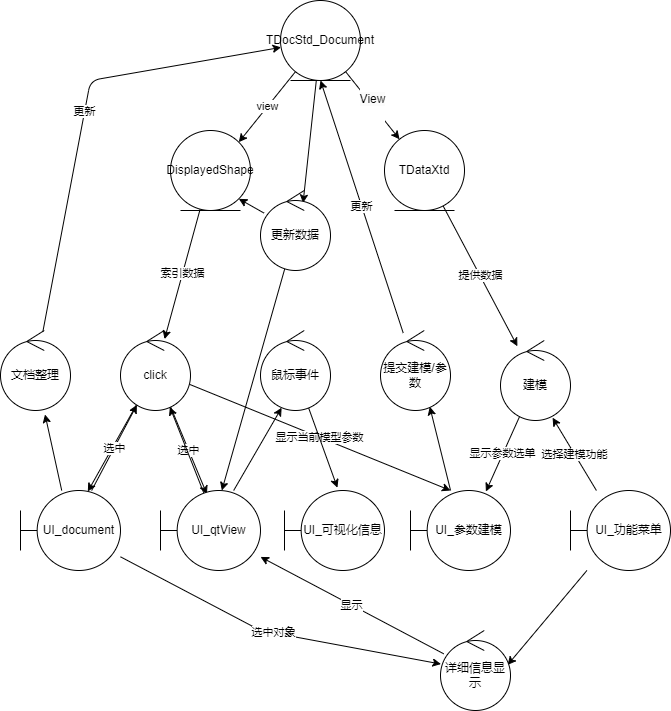
nochat1205/RedPanda keeps this draw.io diagram as doc/modules.png. Above is the earlier version. Source tidied: cells renumbered, new cells last; positions are measured from the earlier drawing's top-left corner, leaving out a move shared by most shapes. The source it was exported from:
```xml
<mxGraphModel>
  <root>
    <mxCell id="0" />
    <mxCell id="1" parent="0" />
    <mxCell id="2" value="view" style="edgeStyle=none;html=1;entryX=1;entryY=0;entryDx=0;entryDy=0;" parent="1" edge="1" source="5" target="7">
      <mxGeometry relative="1" as="geometry" />
    </mxCell>
    <mxCell id="3" value="&#10;&lt;span style=&quot;color: rgb(0, 0, 0); font-family: Helvetica; font-size: 12px; font-style: normal; font-variant-ligatures: normal; font-variant-caps: normal; font-weight: 400; letter-spacing: normal; orphans: 2; text-align: center; text-indent: 0px; text-transform: none; widows: 2; word-spacing: 0px; -webkit-text-stroke-width: 0px; background-color: rgb(251, 251, 251); text-decoration-thickness: initial; text-decoration-style: initial; text-decoration-color: initial; float: none; display: inline !important;&quot;&gt;View&lt;/span&gt;&#10;&#10;" style="edgeStyle=none;html=1;" parent="1" edge="1" source="5" target="9">
      <mxGeometry relative="1" as="geometry" />
    </mxCell>
    <mxCell id="4" style="edgeStyle=none;html=1;entryX=0.608;entryY=0.156;entryDx=0;entryDy=0;entryPerimeter=0;" parent="1" edge="1" source="5" target="35">
      <mxGeometry relative="1" as="geometry" />
    </mxCell>
    <mxCell id="5" value="TDocStd_Document" style="ellipse;shape=umlEntity;whiteSpace=wrap;html=1;" parent="1" vertex="1">
      <mxGeometry x="280" width="80" height="80" as="geometry" />
    </mxCell>
    <mxCell id="6" value="索引数据" style="edgeStyle=none;html=1;entryX=0.629;entryY=0.108;entryDx=0;entryDy=0;entryPerimeter=0;" parent="1" edge="1" source="7" target="13">
      <mxGeometry relative="1" as="geometry" />
    </mxCell>
    <mxCell id="7" value="DisplayedShape" style="ellipse;shape=umlEntity;whiteSpace=wrap;html=1;" parent="1" vertex="1">
      <mxGeometry x="170" y="130" width="80" height="80" as="geometry" />
    </mxCell>
    <mxCell id="8" value="提供数据" style="edgeStyle=none;html=1;" parent="1" edge="1" source="9" target="30">
      <mxGeometry relative="1" as="geometry" />
    </mxCell>
    <mxCell id="9" value="TDataXtd" style="ellipse;shape=umlEntity;whiteSpace=wrap;html=1;" parent="1" vertex="1">
      <mxGeometry x="384" y="130" width="80" height="80" as="geometry" />
    </mxCell>
    <mxCell id="10" value="选中" style="edgeStyle=none;html=1;entryX=0.464;entryY=0.046;entryDx=0;entryDy=0;entryPerimeter=0;" parent="1" edge="1" source="13" target="20">
      <mxGeometry relative="1" as="geometry" />
    </mxCell>
    <mxCell id="11" style="edgeStyle=none;html=1;entryX=0.673;entryY=0.013;entryDx=0;entryDy=0;entryPerimeter=0;" parent="1" edge="1" source="13" target="17">
      <mxGeometry relative="1" as="geometry" />
    </mxCell>
    <mxCell id="12" value="显示当前模型参数" style="edgeStyle=none;html=1;" parent="1" edge="1" source="13">
      <mxGeometry relative="1" as="geometry">
        <mxPoint x="450" y="490" as="targetPoint" />
      </mxGeometry>
    </mxCell>
    <mxCell id="13" value="click" style="ellipse;shape=umlControl;whiteSpace=wrap;html=1;" parent="1" vertex="1">
      <mxGeometry x="120" y="330" width="70" height="80" as="geometry" />
    </mxCell>
    <mxCell id="14" value="选中" style="edgeStyle=none;html=1;entryX=0.234;entryY=0.93;entryDx=0;entryDy=0;entryPerimeter=0;" parent="1" edge="1" source="17" target="13">
      <mxGeometry relative="1" as="geometry" />
    </mxCell>
    <mxCell id="15" style="edgeStyle=none;html=1;entryX=0.636;entryY=1.049;entryDx=0;entryDy=0;entryPerimeter=0;" parent="1" edge="1" source="17" target="37">
      <mxGeometry relative="1" as="geometry" />
    </mxCell>
    <mxCell id="16" value="选中对象" style="edgeStyle=none;html=1;" parent="1" edge="1" source="17" target="39">
      <mxGeometry relative="1" as="geometry">
        <Array as="points">
          <mxPoint x="260" y="630" />
        </Array>
      </mxGeometry>
    </mxCell>
    <mxCell id="17" value="UI_document" style="shape=umlBoundary;whiteSpace=wrap;html=1;" parent="1" vertex="1">
      <mxGeometry x="20" y="490" width="100" height="80" as="geometry" />
    </mxCell>
    <mxCell id="18" style="edgeStyle=none;html=1;exitX=0.435;exitY=0.037;exitDx=0;exitDy=0;exitPerimeter=0;" parent="1" edge="1" source="20" target="13">
      <mxGeometry relative="1" as="geometry" />
    </mxCell>
    <mxCell id="19" style="edgeStyle=none;html=1;entryX=0.302;entryY=0.965;entryDx=0;entryDy=0;entryPerimeter=0;" parent="1" edge="1" source="20" target="23">
      <mxGeometry relative="1" as="geometry" />
    </mxCell>
    <mxCell id="20" value="UI_qtView" style="shape=umlBoundary;whiteSpace=wrap;html=1;" parent="1" vertex="1">
      <mxGeometry x="160" y="490" width="100" height="80" as="geometry" />
    </mxCell>
    <mxCell id="21" value="UI_可视化信息" style="shape=umlBoundary;whiteSpace=wrap;html=1;" parent="1" vertex="1">
      <mxGeometry x="284" y="490" width="100" height="80" as="geometry" />
    </mxCell>
    <mxCell id="22" style="edgeStyle=none;html=1;entryX=0.529;entryY=-0.035;entryDx=0;entryDy=0;entryPerimeter=0;" parent="1" edge="1" source="23" target="21">
      <mxGeometry relative="1" as="geometry" />
    </mxCell>
    <mxCell id="23" value="鼠标事件" style="ellipse;shape=umlControl;whiteSpace=wrap;html=1;" parent="1" vertex="1">
      <mxGeometry x="260" y="330" width="70" height="80" as="geometry" />
    </mxCell>
    <mxCell id="24" style="edgeStyle=none;html=1;entryX=0.704;entryY=0.953;entryDx=0;entryDy=0;entryPerimeter=0;" parent="1" edge="1" source="25" target="32">
      <mxGeometry relative="1" as="geometry" />
    </mxCell>
    <mxCell id="25" value="UI_参数建模" style="shape=umlBoundary;whiteSpace=wrap;html=1;" parent="1" vertex="1">
      <mxGeometry x="410" y="490" width="100" height="80" as="geometry" />
    </mxCell>
    <mxCell id="26" value="选择建模功能" style="edgeStyle=none;html=1;entryX=0.744;entryY=0.965;entryDx=0;entryDy=0;entryPerimeter=0;" parent="1" edge="1" source="28" target="30">
      <mxGeometry relative="1" as="geometry" />
    </mxCell>
    <mxCell id="27" style="edgeStyle=none;html=1;entryX=0.959;entryY=0.43;entryDx=0;entryDy=0;entryPerimeter=0;" parent="1" edge="1" source="28" target="39">
      <mxGeometry relative="1" as="geometry" />
    </mxCell>
    <mxCell id="28" value="UI_功能菜单" style="shape=umlBoundary;whiteSpace=wrap;html=1;" parent="1" vertex="1">
      <mxGeometry x="570" y="490" width="100" height="80" as="geometry" />
    </mxCell>
    <mxCell id="29" value="显示参数选单" style="edgeStyle=none;html=1;entryX=0.754;entryY=0.013;entryDx=0;entryDy=0;entryPerimeter=0;" parent="1" edge="1" source="30" target="25">
      <mxGeometry relative="1" as="geometry" />
    </mxCell>
    <mxCell id="30" value="建模" style="ellipse;shape=umlControl;whiteSpace=wrap;html=1;" parent="1" vertex="1">
      <mxGeometry x="500" y="340" width="70" height="80" as="geometry" />
    </mxCell>
    <mxCell id="31" value="更新" style="edgeStyle=none;html=1;entryX=0.5;entryY=1;entryDx=0;entryDy=0;" parent="1" edge="1" source="32" target="5">
      <mxGeometry relative="1" as="geometry" />
    </mxCell>
    <mxCell id="32" value="提交建模/参数" style="ellipse;shape=umlControl;whiteSpace=wrap;html=1;" parent="1" vertex="1">
      <mxGeometry x="380" y="330" width="70" height="80" as="geometry" />
    </mxCell>
    <mxCell id="33" style="edgeStyle=none;html=1;entryX=1;entryY=1;entryDx=0;entryDy=0;" parent="1" edge="1" source="35" target="7">
      <mxGeometry relative="1" as="geometry" />
    </mxCell>
    <mxCell id="34" style="edgeStyle=none;html=1;" parent="1" edge="1" source="35" target="20">
      <mxGeometry relative="1" as="geometry" />
    </mxCell>
    <mxCell id="35" value="更新数据" style="ellipse;shape=umlControl;whiteSpace=wrap;html=1;" parent="1" vertex="1">
      <mxGeometry x="260" y="190" width="70" height="80" as="geometry" />
    </mxCell>
    <mxCell id="36" value="更新" style="edgeStyle=none;html=1;" parent="1" edge="1" source="37" target="5">
      <mxGeometry relative="1" as="geometry">
        <Array as="points">
          <mxPoint x="90" y="80" />
        </Array>
      </mxGeometry>
    </mxCell>
    <mxCell id="37" value="文档整理" style="ellipse;shape=umlControl;whiteSpace=wrap;html=1;" parent="1" vertex="1">
      <mxGeometry y="330" width="70" height="80" as="geometry" />
    </mxCell>
    <mxCell id="38" value="显示" style="edgeStyle=none;html=1;" parent="1" edge="1" source="39" target="20">
      <mxGeometry relative="1" as="geometry" />
    </mxCell>
    <mxCell id="39" value="详细信息显示" style="ellipse;shape=umlControl;whiteSpace=wrap;html=1;" parent="1" vertex="1">
      <mxGeometry x="440" y="630" width="70" height="80" as="geometry" />
    </mxCell>
  </root>
</mxGraphModel>
```
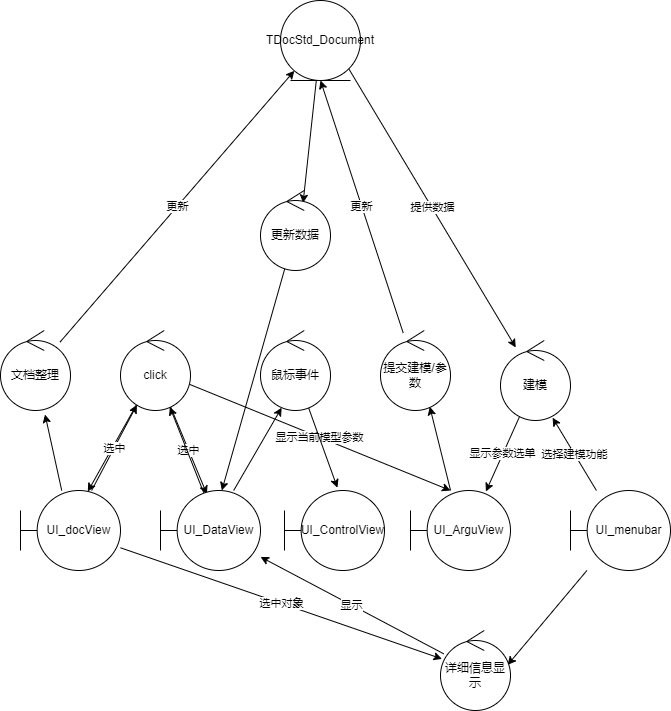
After the change.

What changed in the source:
```diff
@@ -2,30 +2,15 @@
   <root>
     <mxCell id="0" />
     <mxCell id="1" parent="0" />
-    <mxCell id="2" value="view" style="edgeStyle=none;html=1;entryX=1;entryY=0;entryDx=0;entryDy=0;" parent="1" edge="1" source="5" target="7">
-      <mxGeometry relative="1" as="geometry" />
-    </mxCell>
-    <mxCell id="3" value="&#10;&lt;span style=&quot;color: rgb(0, 0, 0); font-family: Helvetica; font-size: 12px; font-style: normal; font-variant-ligatures: normal; font-variant-caps: normal; font-weight: 400; letter-spacing: normal; orphans: 2; text-align: center; text-indent: 0px; text-transform: none; widows: 2; word-spacing: 0px; -webkit-text-stroke-width: 0px; background-color: rgb(251, 251, 251); text-decoration-thickness: initial; text-decoration-style: initial; text-decoration-color: initial; float: none; display: inline !important;&quot;&gt;View&lt;/span&gt;&#10;&#10;" style="edgeStyle=none;html=1;" parent="1" edge="1" source="5" target="9">
-      <mxGeometry relative="1" as="geometry" />
-    </mxCell>
     <mxCell id="4" style="edgeStyle=none;html=1;entryX=0.608;entryY=0.156;entryDx=0;entryDy=0;entryPerimeter=0;" parent="1" edge="1" source="5" target="35">
       <mxGeometry relative="1" as="geometry" />
     </mxCell>
     <mxCell id="5" value="TDocStd_Document" style="ellipse;shape=umlEntity;whiteSpace=wrap;html=1;" parent="1" vertex="1">
       <mxGeometry x="280" width="80" height="80" as="geometry" />
     </mxCell>
-    <mxCell id="6" value="索引数据" style="edgeStyle=none;html=1;entryX=0.629;entryY=0.108;entryDx=0;entryDy=0;entryPerimeter=0;" parent="1" edge="1" source="7" target="13">
-      <mxGeometry relative="1" as="geometry" />
-    </mxCell>
-    <mxCell id="7" value="DisplayedShape" style="ellipse;shape=umlEntity;whiteSpace=wrap;html=1;" parent="1" vertex="1">
-      <mxGeometry x="170" y="130" width="80" height="80" as="geometry" />
-    </mxCell>
-    <mxCell id="8" value="提供数据" style="edgeStyle=none;html=1;" parent="1" edge="1" source="9" target="30">
+    <mxCell id="8" value="提供数据" style="edgeStyle=none;html=1;exitX=1;exitY=1;exitDx=0;exitDy=0;" parent="1" edge="1" source="5" target="30">
       <mxGeometry relative="1" as="geometry" />
     </mxCell>
-    <mxCell id="9" value="TDataXtd" style="ellipse;shape=umlEntity;whiteSpace=wrap;html=1;" parent="1" vertex="1">
-      <mxGeometry x="384" y="130" width="80" height="80" as="geometry" />
-    </mxCell>
     <mxCell id="10" value="选中" style="edgeStyle=none;html=1;entryX=0.464;entryY=0.046;entryDx=0;entryDy=0;entryPerimeter=0;" parent="1" edge="1" source="13" target="20">
       <mxGeometry relative="1" as="geometry" />
     </mxCell>
@@ -47,13 +32,9 @@
       <mxGeometry relative="1" as="geometry" />
     </mxCell>
     <mxCell id="16" value="选中对象" style="edgeStyle=none;html=1;" parent="1" edge="1" source="17" target="39">
-      <mxGeometry relative="1" as="geometry">
-        <Array as="points">
-          <mxPoint x="260" y="630" />
-        </Array>
-      </mxGeometry>
+      <mxGeometry relative="1" as="geometry" />
     </mxCell>
-    <mxCell id="17" value="UI_document" style="shape=umlBoundary;whiteSpace=wrap;html=1;" parent="1" vertex="1">
+    <mxCell id="17" value="UI_docView" style="shape=umlBoundary;whiteSpace=wrap;html=1;" parent="1" vertex="1">
       <mxGeometry x="20" y="490" width="100" height="80" as="geometry" />
     </mxCell>
     <mxCell id="18" style="edgeStyle=none;html=1;exitX=0.435;exitY=0.037;exitDx=0;exitDy=0;exitPerimeter=0;" parent="1" edge="1" source="20" target="13">
@@ -62,10 +43,10 @@
     <mxCell id="19" style="edgeStyle=none;html=1;entryX=0.302;entryY=0.965;entryDx=0;entryDy=0;entryPerimeter=0;" parent="1" edge="1" source="20" target="23">
       <mxGeometry relative="1" as="geometry" />
     </mxCell>
-    <mxCell id="20" value="UI_qtView" style="shape=umlBoundary;whiteSpace=wrap;html=1;" parent="1" vertex="1">
+    <mxCell id="20" value="UI_DataView" style="shape=umlBoundary;whiteSpace=wrap;html=1;" parent="1" vertex="1">
       <mxGeometry x="160" y="490" width="100" height="80" as="geometry" />
     </mxCell>
-    <mxCell id="21" value="UI_可视化信息" style="shape=umlBoundary;whiteSpace=wrap;html=1;" parent="1" vertex="1">
+    <mxCell id="21" value="UI_ControlView" style="shape=umlBoundary;whiteSpace=wrap;html=1;" parent="1" vertex="1">
       <mxGeometry x="284" y="490" width="100" height="80" as="geometry" />
     </mxCell>
     <mxCell id="22" style="edgeStyle=none;html=1;entryX=0.529;entryY=-0.035;entryDx=0;entryDy=0;entryPerimeter=0;" parent="1" edge="1" source="23" target="21">
@@ -77,7 +58,7 @@
     <mxCell id="24" style="edgeStyle=none;html=1;entryX=0.704;entryY=0.953;entryDx=0;entryDy=0;entryPerimeter=0;" parent="1" edge="1" source="25" target="32">
       <mxGeometry relative="1" as="geometry" />
     </mxCell>
-    <mxCell id="25" value="UI_参数建模" style="shape=umlBoundary;whiteSpace=wrap;html=1;" parent="1" vertex="1">
+    <mxCell id="25" value="UI_ArguView" style="shape=umlBoundary;whiteSpace=wrap;html=1;" parent="1" vertex="1">
       <mxGeometry x="410" y="490" width="100" height="80" as="geometry" />
     </mxCell>
     <mxCell id="26" value="选择建模功能" style="edgeStyle=none;html=1;entryX=0.744;entryY=0.965;entryDx=0;entryDy=0;entryPerimeter=0;" parent="1" edge="1" source="28" target="30">
@@ -86,7 +67,7 @@
     <mxCell id="27" style="edgeStyle=none;html=1;entryX=0.959;entryY=0.43;entryDx=0;entryDy=0;entryPerimeter=0;" parent="1" edge="1" source="28" target="39">
       <mxGeometry relative="1" as="geometry" />
     </mxCell>
-    <mxCell id="28" value="UI_功能菜单" style="shape=umlBoundary;whiteSpace=wrap;html=1;" parent="1" vertex="1">
+    <mxCell id="28" value="UI_menubar" style="shape=umlBoundary;whiteSpace=wrap;html=1;" parent="1" vertex="1">
       <mxGeometry x="570" y="490" width="100" height="80" as="geometry" />
     </mxCell>
     <mxCell id="29" value="显示参数选单" style="edgeStyle=none;html=1;entryX=0.754;entryY=0.013;entryDx=0;entryDy=0;entryPerimeter=0;" parent="1" edge="1" source="30" target="25">
@@ -101,9 +82,6 @@
     <mxCell id="32" value="提交建模/参数" style="ellipse;shape=umlControl;whiteSpace=wrap;html=1;" parent="1" vertex="1">
       <mxGeometry x="380" y="330" width="70" height="80" as="geometry" />
     </mxCell>
-    <mxCell id="33" style="edgeStyle=none;html=1;entryX=1;entryY=1;entryDx=0;entryDy=0;" parent="1" edge="1" source="35" target="7">
-      <mxGeometry relative="1" as="geometry" />
-    </mxCell>
     <mxCell id="34" style="edgeStyle=none;html=1;" parent="1" edge="1" source="35" target="20">
       <mxGeometry relative="1" as="geometry" />
     </mxCell>
@@ -111,11 +89,7 @@
       <mxGeometry x="260" y="190" width="70" height="80" as="geometry" />
     </mxCell>
     <mxCell id="36" value="更新" style="edgeStyle=none;html=1;" parent="1" edge="1" source="37" target="5">
-      <mxGeometry relative="1" as="geometry">
-        <Array as="points">
-          <mxPoint x="90" y="80" />
-        </Array>
-      </mxGeometry>
+      <mxGeometry relative="1" as="geometry" />
     </mxCell>
     <mxCell id="37" value="文档整理" style="ellipse;shape=umlControl;whiteSpace=wrap;html=1;" parent="1" vertex="1">
       <mxGeometry y="330" width="70" height="80" as="geometry" />
```
